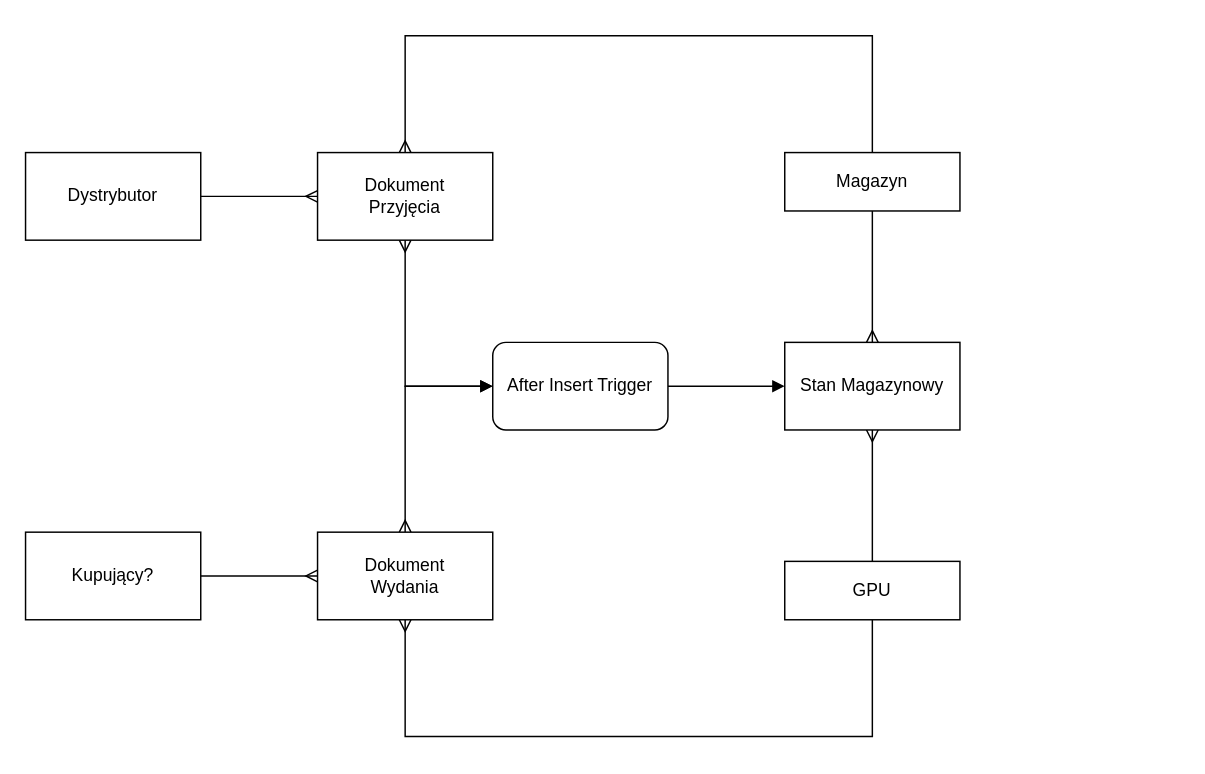
Earlier version of the draw.io diagram GPUDiagram.drawio (CrimsonR4ven/Partigiano). Source tidied: cells renumbered, new cells numbered last; positions are measured from the earlier drawing's top-left corner, leaving out a move shared by most shapes. Both pictures are drawn from the tidied source at 146%, with x=0, y=0 at pixel (25, 35).
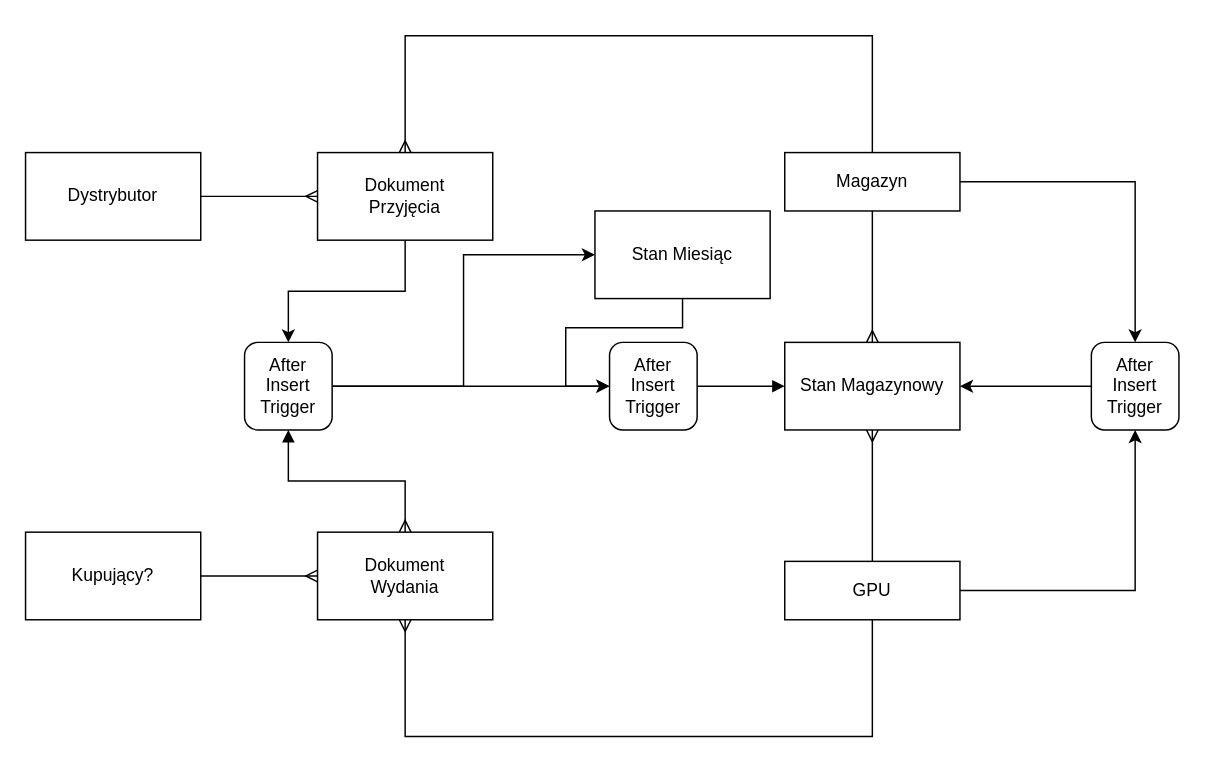
After the change.

Unchanged cells that the change refers to:
```xml
<mxCell id="4" value="Magazyn" style="rounded=0;whiteSpace=wrap;html=1;" parent="1" vertex="1">
  <mxGeometry x="520" y="80" width="120" height="40" as="geometry" />
</mxCell>
<mxCell id="7" value="GPU" style="rounded=0;whiteSpace=wrap;html=1;" parent="1" vertex="1">
  <mxGeometry x="520" y="360" width="120" height="40" as="geometry" />
</mxCell>
<mxCell id="9" value="Dokument&lt;br&gt;Przyjęcia" style="rounded=0;whiteSpace=wrap;html=1;" parent="1" vertex="1">
  <mxGeometry x="200" y="80" width="120" height="60" as="geometry" />
</mxCell>
<mxCell id="11" value="Dokument&lt;br&gt;Wydania" style="rounded=0;whiteSpace=wrap;html=1;" parent="1" vertex="1">
  <mxGeometry x="200" y="340" width="120" height="60" as="geometry" />
</mxCell>
<mxCell id="12" value="Stan Magazynowy" style="rounded=0;whiteSpace=wrap;html=1;" parent="1" vertex="1">
  <mxGeometry x="520" y="210" width="120" height="60" as="geometry" />
</mxCell>
```

What changed in the source:
```diff
@@
+    <mxCell id="19" style="edgeStyle=orthogonalEdgeStyle;rounded=0;jettySize=auto;html=1;entryX=0.5;entryY=0;entryDx=0;entryDy=0;" parent="1" edge="1" source="4" target="28">
+      <mxGeometry relative="1" as="geometry" />
+    </mxCell>
@@
+    <mxCell id="20" style="edgeStyle=orthogonalEdgeStyle;rounded=0;jettySize=auto;html=1;entryX=0.5;entryY=1;entryDx=0;entryDy=0;" parent="1" edge="1" source="7" target="28">
+      <mxGeometry relative="1" as="geometry" />
+    </mxCell>
@@
-    <mxCell id="8" style="edgeStyle=orthogonalEdgeStyle;rounded=0;jettySize=auto;html=1;endArrow=block;endFill=1;elbow=vertical;startArrow=ERmany;startFill=0;" parent="1" edge="1" source="9">
-      <mxGeometry relative="1" as="geometry">
-        <mxPoint x="320" y="240" as="targetPoint" />
-        <Array as="points">
-          <mxPoint x="260" y="240" />
-        </Array>
-      </mxGeometry>
-    </mxCell>
+    <mxCell id="21" style="edgeStyle=orthogonalEdgeStyle;rounded=0;jettySize=auto;html=1;exitX=0.5;exitY=1;exitDx=0;exitDy=0;entryX=0.5;entryY=0;entryDx=0;entryDy=0;" parent="1" edge="1" source="9" target="26">
+      <mxGeometry relative="1" as="geometry" />
+    </mxCell>
@@
-    <mxCell id="10" style="edgeStyle=orthogonalEdgeStyle;rounded=0;jettySize=auto;html=1;entryX=0;entryY=0.5;entryDx=0;entryDy=0;endArrow=block;endFill=1;elbow=vertical;startArrow=ERmany;startFill=0;" parent="1" edge="1" source="11" target="14">
+    <mxCell id="10" style="edgeStyle=orthogonalEdgeStyle;rounded=0;jettySize=auto;html=1;entryX=0.5;entryY=1;entryDx=0;entryDy=0;endArrow=block;endFill=1;elbow=vertical;startArrow=ERmany;startFill=0;" parent="1" edge="1" source="11" target="26">
       <mxGeometry relative="1" as="geometry" />
     </mxCell>
@@
     <mxCell id="14" value="After Insert Trigger" style="rounded=1;whiteSpace=wrap;html=1;" parent="1" vertex="1">
-      <mxGeometry x="320" y="210" width="120" height="60" as="geometry" />
+      <mxGeometry x="400" y="210" width="60" height="60" as="geometry" />
     </mxCell>
@@
+    <mxCell id="22" style="edgeStyle=orthogonalEdgeStyle;rounded=0;jettySize=auto;html=1;entryX=0;entryY=0.5;entryDx=0;entryDy=0;" parent="1" edge="1" source="23" target="14">
+      <mxGeometry relative="1" as="geometry" />
+    </mxCell>
+    <mxCell id="23" value="Stan Miesiąc" style="rounded=0;whiteSpace=wrap;html=1;" parent="1" vertex="1">
+      <mxGeometry x="390" y="120" width="120" height="60" as="geometry" />
+    </mxCell>
+    <mxCell id="24" style="edgeStyle=orthogonalEdgeStyle;rounded=0;jettySize=auto;html=1;entryX=0;entryY=0.5;entryDx=0;entryDy=0;" parent="1" edge="1" source="26" target="23">
+      <mxGeometry relative="1" as="geometry" />
+    </mxCell>
+    <mxCell id="25" style="edgeStyle=orthogonalEdgeStyle;rounded=0;jettySize=auto;html=1;" parent="1" edge="1" source="26">
+      <mxGeometry relative="1" as="geometry">
+        <mxPoint x="400" y="240" as="targetPoint" />
+      </mxGeometry>
+    </mxCell>
+    <mxCell id="26" value="After Insert Trigger" style="rounded=1;whiteSpace=wrap;html=1;" parent="1" vertex="1">
+      <mxGeometry x="150" y="210" width="60" height="60" as="geometry" />
+    </mxCell>
+    <mxCell id="27" style="edgeStyle=orthogonalEdgeStyle;rounded=0;jettySize=auto;html=1;entryX=1;entryY=0.5;entryDx=0;entryDy=0;" parent="1" edge="1" source="28" target="12">
+      <mxGeometry relative="1" as="geometry" />
+    </mxCell>
+    <mxCell id="28" value="After Insert Trigger" style="rounded=1;whiteSpace=wrap;html=1;" parent="1" vertex="1">
+      <mxGeometry x="730" y="210" width="60" height="60" as="geometry" />
+    </mxCell>
```
